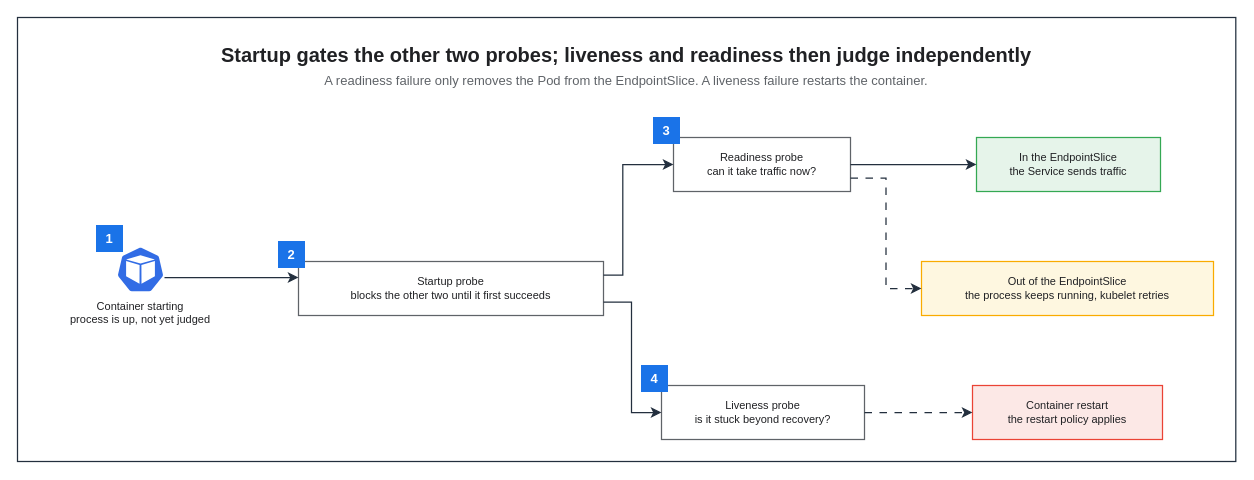
Above: assets/img/kubernetes/probe-state-flow.drawio in KKamJi98/kkamji98.github.io (draw.io), before the change. Source tidied: cells renumbered, new cells numbered last; positions are measured from the earlier drawing's top-left corner, leaving out a move shared by most shapes. Both pictures are drawn from the tidied source at 100%, with x=0, y=0 at pixel (17, 17).
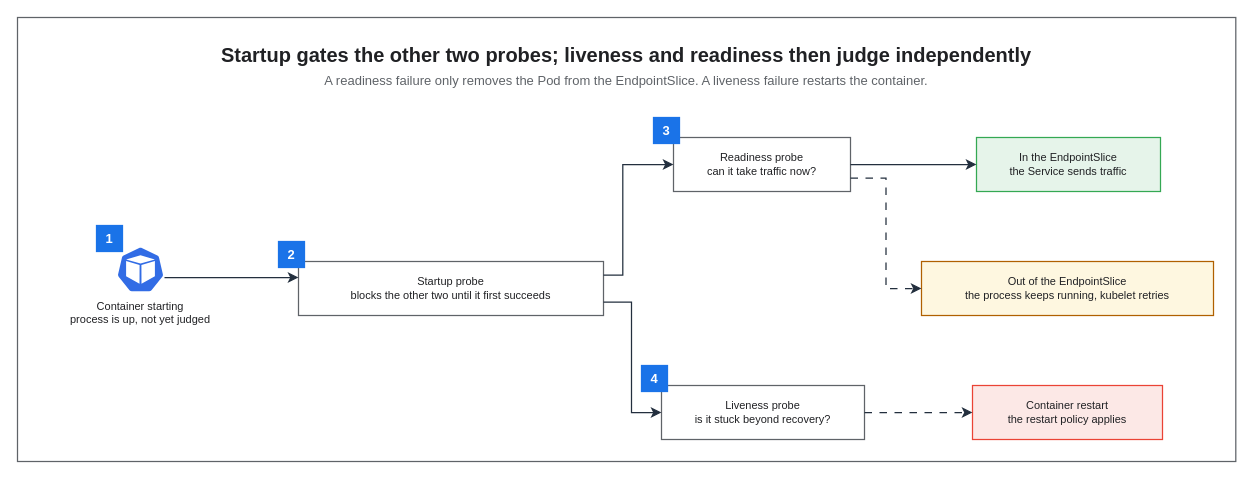
Above is the later version.

The edit, as a diff of the source:
```diff
@@
-    <mxCell id="2" style="rounded=0;html=0;fillColor=none;strokeColor=#232F3E;fontColor=#202124;strokeWidth=1.25;" parent="1" vertex="1">
+    <mxCell id="2" style="rounded=0;html=0;fillColor=none;strokeColor=#5F6368;fontColor=#202124;strokeWidth=1.25;" parent="1" vertex="1">
       <mxGeometry width="1218.3" height="444" as="geometry" />
     </mxCell>
@@
-    <mxCell id="10" value="Out of the EndpointSlice&#10;the process keeps running, kubelet retries" style="rounded=0;whiteSpace=wrap;html=0;fillColor=#FEF7E0;strokeColor=#F9AB00;fontColor=#202124;fontSize=11;fontStyle=0;align=center;verticalAlign=middle;spacingLeft=6;spacingRight=6;strokeWidth=1.25;" parent="1" vertex="1">
+    <mxCell id="10" value="Out of the EndpointSlice&#10;the process keeps running, kubelet retries" style="rounded=0;whiteSpace=wrap;html=0;fillColor=#FEF7E0;strokeColor=#B06000;fontColor=#202124;fontSize=11;fontStyle=0;align=center;verticalAlign=middle;spacingLeft=6;spacingRight=6;strokeWidth=1.25;" parent="1" vertex="1">
       <mxGeometry x="904" y="244" width="292" height="54" as="geometry" />
     </mxCell>
@@
-    <mxCell id="12" value="1" style="rounded=0;whiteSpace=wrap;html=0;fillColor=#1A73E8;strokeColor=#1A73E8;fontColor=#FFFFFF;fontSize=13;fontStyle=1;align=center;verticalAlign=middle;" parent="1" vertex="1">
+    <mxCell id="12" value="1" style="rounded=0;whiteSpace=wrap;html=0;fillColor=#1A73E8;strokeColor=#1A73E8;fontColor=#FFFFFF;fontSize=13;fontStyle=1;align=center;verticalAlign=middle;strokeWidth=1.25;" parent="1" vertex="1">
       <mxGeometry x="79" y="208" width="26" height="26" as="geometry" />
     </mxCell>
-    <mxCell id="13" value="2" style="rounded=0;whiteSpace=wrap;html=0;fillColor=#1A73E8;strokeColor=#1A73E8;fontColor=#FFFFFF;fontSize=13;fontStyle=1;align=center;verticalAlign=middle;" parent="1" vertex="1">
+    <mxCell id="13" value="2" style="rounded=0;whiteSpace=wrap;html=0;fillColor=#1A73E8;strokeColor=#1A73E8;fontColor=#FFFFFF;fontSize=13;fontStyle=1;align=center;verticalAlign=middle;strokeWidth=1.25;" parent="1" vertex="1">
       <mxGeometry x="261" y="224" width="26" height="26" as="geometry" />
     </mxCell>
-    <mxCell id="14" value="3" style="rounded=0;whiteSpace=wrap;html=0;fillColor=#1A73E8;strokeColor=#1A73E8;fontColor=#FFFFFF;fontSize=13;fontStyle=1;align=center;verticalAlign=middle;" parent="1" vertex="1">
+    <mxCell id="14" value="3" style="rounded=0;whiteSpace=wrap;html=0;fillColor=#1A73E8;strokeColor=#1A73E8;fontColor=#FFFFFF;fontSize=13;fontStyle=1;align=center;verticalAlign=middle;strokeWidth=1.25;" parent="1" vertex="1">
       <mxGeometry x="636" y="100" width="26" height="26" as="geometry" />
     </mxCell>
-    <mxCell id="15" value="4" style="rounded=0;whiteSpace=wrap;html=0;fillColor=#1A73E8;strokeColor=#1A73E8;fontColor=#FFFFFF;fontSize=13;fontStyle=1;align=center;verticalAlign=middle;" parent="1" vertex="1">
+    <mxCell id="15" value="4" style="rounded=0;whiteSpace=wrap;html=0;fillColor=#1A73E8;strokeColor=#1A73E8;fontColor=#FFFFFF;fontSize=13;fontStyle=1;align=center;verticalAlign=middle;strokeWidth=1.25;" parent="1" vertex="1">
       <mxGeometry x="624" y="348" width="26" height="26" as="geometry" />
     </mxCell>
```
